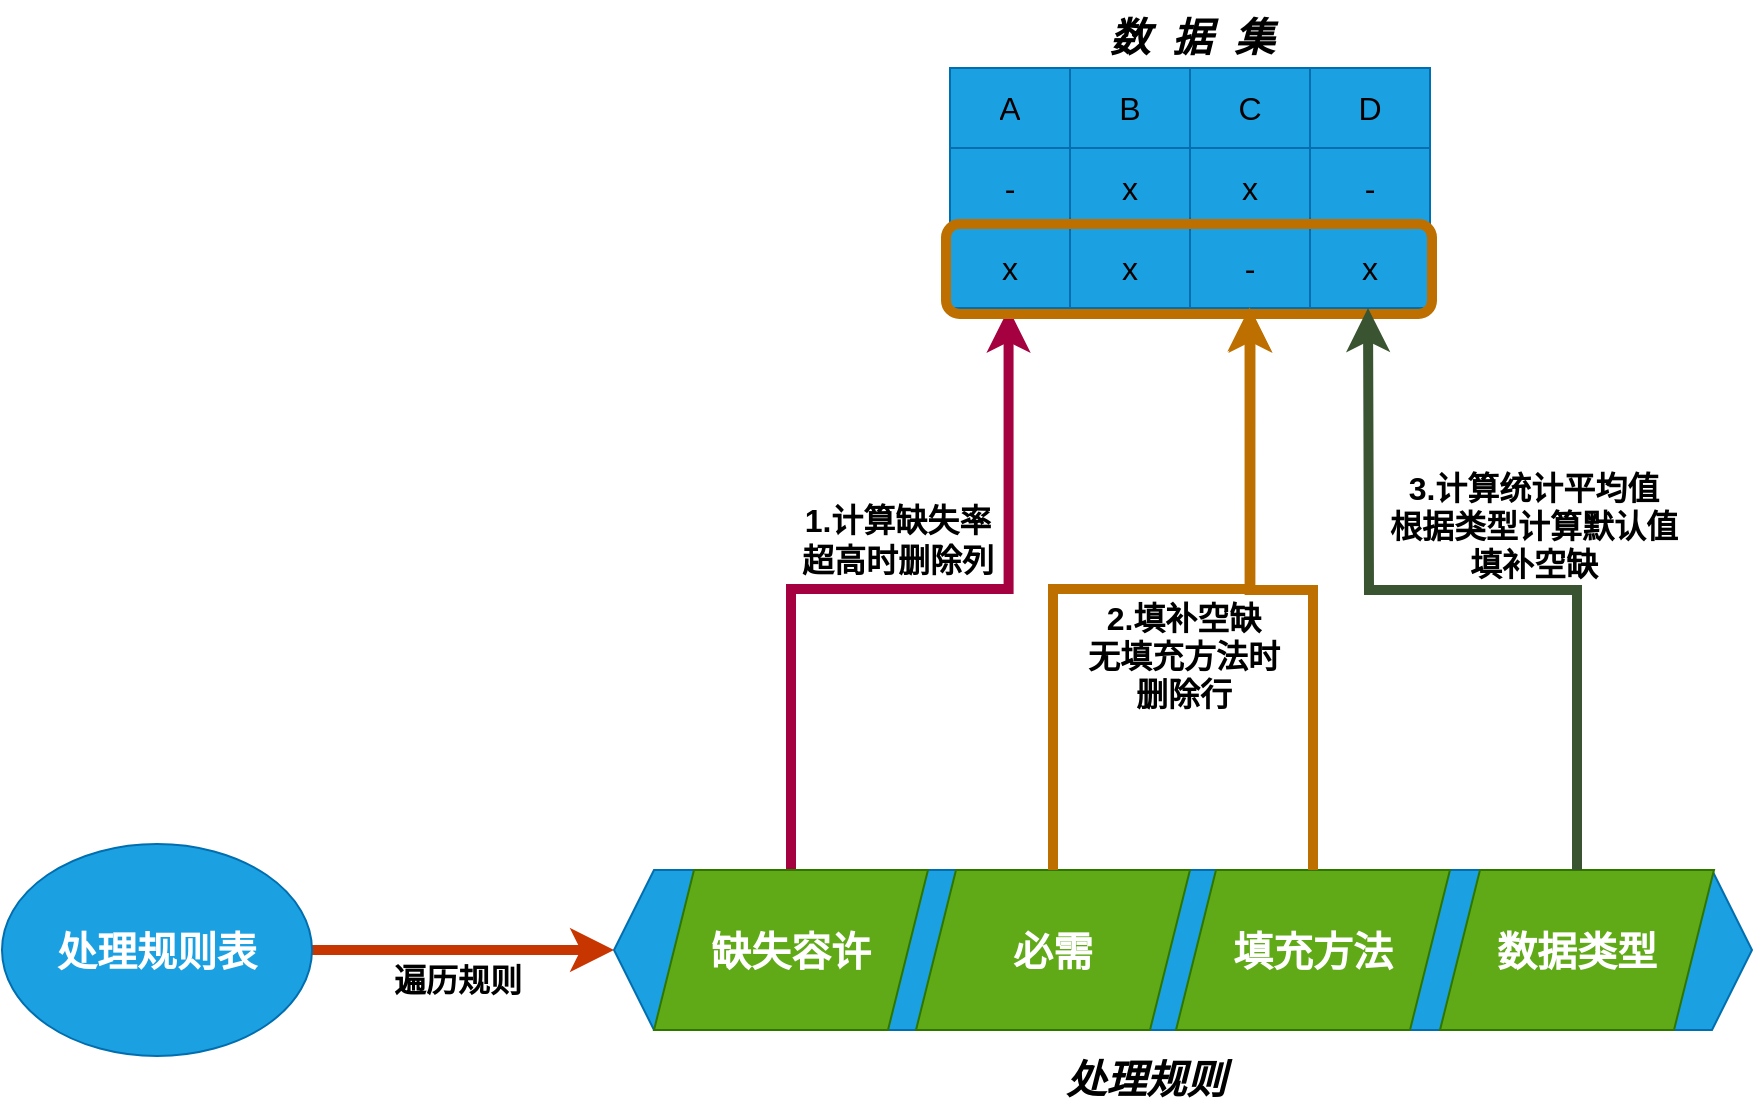
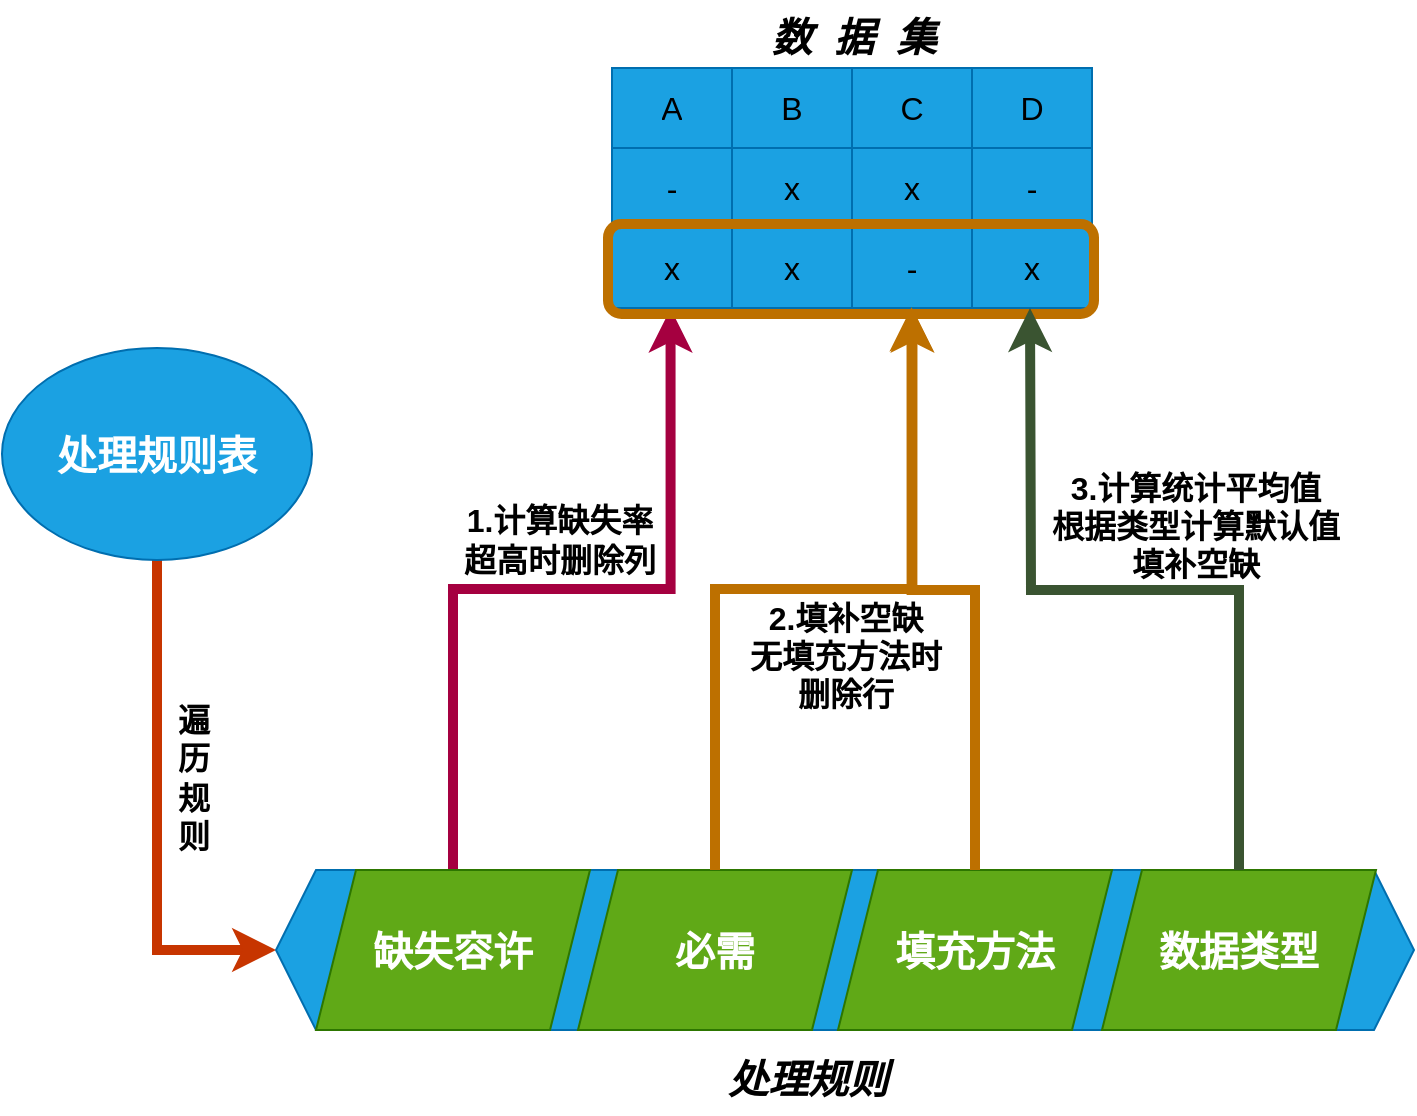
<mxfile host="Electron">
  <diagram name="第 1 页" id="kU3J3c9Pi9sG4P75Q8_g">
    <mxGraphModel dx="1184" dy="828" grid="0" gridSize="10" guides="1" tooltips="1" connect="1" arrows="1" fold="1" page="1" pageScale="1" pageWidth="1920" pageHeight="1200" background="light-dark(#FFFFFF,#8ECEFF)" math="0" shadow="0">
      <root>
        <mxCell id="0" />
        <mxCell id="1" parent="0" />
        <mxCell id="TXiW4MVxnaE6ENaMD2YH-14" parent="1" style="shape=table;startSize=0;container=1;collapsible=0;childLayout=tableLayout;fontSize=16;fillColor=#1ba1e2;fontColor=#ffffff;strokeColor=#006EAF;top=1;" value="" vertex="1">
          <mxGeometry height="120" width="240" x="548" y="123" as="geometry" />
        </mxCell>
        <mxCell id="TXiW4MVxnaE6ENaMD2YH-15" parent="TXiW4MVxnaE6ENaMD2YH-14" style="shape=tableRow;horizontal=0;startSize=0;swimlaneHead=0;swimlaneBody=0;strokeColor=inherit;top=1;left=0;bottom=0;right=0;collapsible=0;dropTarget=0;fillColor=none;points=[[0,0.5],[1,0.5]];portConstraint=eastwest;fontSize=16;" value="" vertex="1">
          <mxGeometry height="40" width="240" as="geometry" />
        </mxCell>
        <mxCell id="TXiW4MVxnaE6ENaMD2YH-16" parent="TXiW4MVxnaE6ENaMD2YH-15" style="shape=partialRectangle;html=1;whiteSpace=wrap;connectable=0;strokeColor=inherit;overflow=hidden;fillColor=none;top=1;left=0;bottom=0;right=0;pointerEvents=1;fontSize=16;" value="A" vertex="1">
          <mxGeometry height="40" width="60" as="geometry">
            <mxRectangle height="40" width="60" as="alternateBounds" />
          </mxGeometry>
        </mxCell>
        <mxCell id="TXiW4MVxnaE6ENaMD2YH-17" parent="TXiW4MVxnaE6ENaMD2YH-15" style="shape=partialRectangle;html=1;whiteSpace=wrap;connectable=0;strokeColor=inherit;overflow=hidden;fillColor=none;top=1;left=0;bottom=0;right=0;pointerEvents=1;fontSize=16;" value="B" vertex="1">
          <mxGeometry height="40" width="60" x="60" as="geometry">
            <mxRectangle height="40" width="60" as="alternateBounds" />
          </mxGeometry>
        </mxCell>
        <mxCell id="TXiW4MVxnaE6ENaMD2YH-18" parent="TXiW4MVxnaE6ENaMD2YH-15" style="shape=partialRectangle;html=1;whiteSpace=wrap;connectable=0;strokeColor=inherit;overflow=hidden;fillColor=none;top=1;left=0;bottom=0;right=0;pointerEvents=1;fontSize=16;" value="C" vertex="1">
          <mxGeometry height="40" width="60" x="120" as="geometry">
            <mxRectangle height="40" width="60" as="alternateBounds" />
          </mxGeometry>
        </mxCell>
        <mxCell id="TXiW4MVxnaE6ENaMD2YH-56" parent="TXiW4MVxnaE6ENaMD2YH-15" style="shape=partialRectangle;html=1;whiteSpace=wrap;connectable=0;strokeColor=inherit;overflow=hidden;fillColor=none;top=1;left=0;bottom=0;right=0;pointerEvents=1;fontSize=16;" value="D" vertex="1">
          <mxGeometry height="40" width="60" x="180" as="geometry">
            <mxRectangle height="40" width="60" as="alternateBounds" />
          </mxGeometry>
        </mxCell>
        <mxCell id="TXiW4MVxnaE6ENaMD2YH-19" parent="TXiW4MVxnaE6ENaMD2YH-14" style="shape=tableRow;horizontal=0;startSize=0;swimlaneHead=0;swimlaneBody=0;strokeColor=inherit;top=1;left=0;bottom=0;right=0;collapsible=0;dropTarget=0;fillColor=none;points=[[0,0.5],[1,0.5]];portConstraint=eastwest;fontSize=16;" value="" vertex="1">
          <mxGeometry height="40" width="240" y="40" as="geometry" />
        </mxCell>
        <mxCell id="TXiW4MVxnaE6ENaMD2YH-20" parent="TXiW4MVxnaE6ENaMD2YH-19" style="shape=partialRectangle;html=1;whiteSpace=wrap;connectable=0;strokeColor=inherit;overflow=hidden;fillColor=none;top=1;left=0;bottom=0;right=0;pointerEvents=1;fontSize=16;" value="-" vertex="1">
          <mxGeometry height="40" width="60" as="geometry">
            <mxRectangle height="40" width="60" as="alternateBounds" />
          </mxGeometry>
        </mxCell>
        <mxCell id="TXiW4MVxnaE6ENaMD2YH-21" parent="TXiW4MVxnaE6ENaMD2YH-19" style="shape=partialRectangle;html=1;whiteSpace=wrap;connectable=0;strokeColor=inherit;overflow=hidden;fillColor=none;top=1;left=0;bottom=0;right=0;pointerEvents=1;fontSize=16;" value="x" vertex="1">
          <mxGeometry height="40" width="60" x="60" as="geometry">
            <mxRectangle height="40" width="60" as="alternateBounds" />
          </mxGeometry>
        </mxCell>
        <mxCell id="TXiW4MVxnaE6ENaMD2YH-22" parent="TXiW4MVxnaE6ENaMD2YH-19" style="shape=partialRectangle;html=1;whiteSpace=wrap;connectable=0;strokeColor=inherit;overflow=hidden;fillColor=none;top=1;left=0;bottom=0;right=0;pointerEvents=1;fontSize=16;" value="x" vertex="1">
          <mxGeometry height="40" width="60" x="120" as="geometry">
            <mxRectangle height="40" width="60" as="alternateBounds" />
          </mxGeometry>
        </mxCell>
        <mxCell id="TXiW4MVxnaE6ENaMD2YH-57" parent="TXiW4MVxnaE6ENaMD2YH-19" style="shape=partialRectangle;html=1;whiteSpace=wrap;connectable=0;strokeColor=inherit;overflow=hidden;fillColor=none;top=1;left=0;bottom=0;right=0;pointerEvents=1;fontSize=16;" value="-" vertex="1">
          <mxGeometry height="40" width="60" x="180" as="geometry">
            <mxRectangle height="40" width="60" as="alternateBounds" />
          </mxGeometry>
        </mxCell>
        <mxCell id="TXiW4MVxnaE6ENaMD2YH-23" parent="TXiW4MVxnaE6ENaMD2YH-14" style="shape=tableRow;horizontal=0;startSize=0;swimlaneHead=0;swimlaneBody=0;strokeColor=inherit;top=1;left=0;bottom=0;right=0;collapsible=0;dropTarget=0;fillColor=none;points=[[0,0.5],[1,0.5]];portConstraint=eastwest;fontSize=16;" value="" vertex="1">
          <mxGeometry height="40" width="240" y="80" as="geometry" />
        </mxCell>
        <mxCell id="TXiW4MVxnaE6ENaMD2YH-24" parent="TXiW4MVxnaE6ENaMD2YH-23" style="shape=partialRectangle;html=1;whiteSpace=wrap;connectable=0;strokeColor=inherit;overflow=hidden;fillColor=none;top=1;left=0;bottom=0;right=0;pointerEvents=1;fontSize=16;" value="x" vertex="1">
          <mxGeometry height="40" width="60" as="geometry">
            <mxRectangle height="40" width="60" as="alternateBounds" />
          </mxGeometry>
        </mxCell>
        <mxCell id="TXiW4MVxnaE6ENaMD2YH-25" parent="TXiW4MVxnaE6ENaMD2YH-23" style="shape=partialRectangle;html=1;whiteSpace=wrap;connectable=0;strokeColor=inherit;overflow=hidden;fillColor=none;top=1;left=0;bottom=0;right=0;pointerEvents=1;fontSize=16;" value="x" vertex="1">
          <mxGeometry height="40" width="60" x="60" as="geometry">
            <mxRectangle height="40" width="60" as="alternateBounds" />
          </mxGeometry>
        </mxCell>
        <mxCell id="TXiW4MVxnaE6ENaMD2YH-26" parent="TXiW4MVxnaE6ENaMD2YH-23" style="shape=partialRectangle;html=1;whiteSpace=wrap;connectable=0;strokeColor=inherit;overflow=hidden;fillColor=none;top=1;left=0;bottom=0;right=0;pointerEvents=1;fontSize=16;" value="-" vertex="1">
          <mxGeometry height="40" width="60" x="120" as="geometry">
            <mxRectangle height="40" width="60" as="alternateBounds" />
          </mxGeometry>
        </mxCell>
        <mxCell id="TXiW4MVxnaE6ENaMD2YH-58" parent="TXiW4MVxnaE6ENaMD2YH-23" style="shape=partialRectangle;html=1;whiteSpace=wrap;connectable=0;strokeColor=inherit;overflow=hidden;fillColor=none;top=1;left=0;bottom=0;right=0;pointerEvents=1;fontSize=16;" value="x" vertex="1">
          <mxGeometry height="40" width="60" x="180" as="geometry">
            <mxRectangle height="40" width="60" as="alternateBounds" />
          </mxGeometry>
        </mxCell>
        <mxCell id="TXiW4MVxnaE6ENaMD2YH-59" parent="1" style="text;html=1;whiteSpace=wrap;strokeColor=none;fillColor=none;align=center;verticalAlign=middle;rounded=0;autosize=1;resizable=0;" value="&lt;span style=&quot;color: light-dark(rgb(0, 0, 0), rgb(0, 0, 0));&quot;&gt;&lt;font style=&quot;font-size: 20px;&quot;&gt;&lt;b&gt;&lt;i&gt;数&amp;nbsp; 据&amp;nbsp; 集&lt;/i&gt;&lt;/b&gt;&lt;/font&gt;&lt;/span&gt;" vertex="1">
          <mxGeometry height="36" width="100" x="619" y="89" as="geometry" />
        </mxCell>
-         <mxCell id="TXiW4MVxnaE6ENaMD2YH-64" edge="1" parent="1" source="TXiW4MVxnaE6ENaMD2YH-60" style="edgeStyle=orthogonalEdgeStyle;rounded=0;orthogonalLoop=1;jettySize=auto;html=1;exitX=1;exitY=0.5;exitDx=0;exitDy=0;entryX=0;entryY=0.5;entryDx=0;entryDy=0;fontFamily=Helvetica;fontSize=12;fontColor=#ffffff;fontStyle=0;strokeWidth=5;fillColor=#fa6800;strokeColor=#C73500;" target="TXiW4MVxnaE6ENaMD2YH-63">
+         <mxCell id="TXiW4MVxnaE6ENaMD2YH-64" edge="1" parent="1" source="TXiW4MVxnaE6ENaMD2YH-60" style="edgeStyle=orthogonalEdgeStyle;rounded=0;orthogonalLoop=1;jettySize=auto;html=1;exitX=0.5;exitY=1;exitDx=0;exitDy=0;entryX=0;entryY=0.5;entryDx=0;entryDy=0;fontFamily=Helvetica;fontSize=12;fontColor=#ffffff;fontStyle=0;strokeWidth=5;fillColor=#fa6800;strokeColor=#C73500;" target="TXiW4MVxnaE6ENaMD2YH-63">
          <mxGeometry relative="1" as="geometry" />
        </mxCell>
        <mxCell id="TXiW4MVxnaE6ENaMD2YH-60" parent="1" style="ellipse;whiteSpace=wrap;html=1;fillColor=#1ba1e2;fontColor=#ffffff;strokeColor=#006EAF;" value="&lt;font style=&quot;font-size: 20px;&quot;&gt;&lt;b&gt;处理规则表&lt;/b&gt;&lt;/font&gt;" vertex="1">
-           <mxGeometry height="106" width="155" x="74" y="511" as="geometry" />
+           <mxGeometry height="106" width="155" x="243" y="263" as="geometry" />
        </mxCell>
        <mxCell id="TXiW4MVxnaE6ENaMD2YH-62" parent="1" style="text;html=1;whiteSpace=wrap;strokeColor=none;fillColor=none;align=center;verticalAlign=middle;rounded=0;autosize=1;resizable=0;" value="&lt;span style=&quot;color: light-dark(rgb(0, 0, 0), rgb(0, 0, 0));&quot;&gt;&lt;font style=&quot;font-size: 20px;&quot;&gt;&lt;b&gt;&lt;i&gt;&lt;font style=&quot;&quot;&gt;处理规&lt;/font&gt;则&lt;/i&gt;&lt;/b&gt;&lt;/font&gt;&lt;/span&gt;" vertex="1">
          <mxGeometry height="36" width="98" x="596.5" y="610" as="geometry" />
        </mxCell>
        <mxCell id="TXiW4MVxnaE6ENaMD2YH-63" parent="1" style="shape=hexagon;perimeter=hexagonPerimeter2;whiteSpace=wrap;html=1;fixedSize=1;fillColor=#1ba1e2;fontColor=#ffffff;strokeColor=#006EAF;" value="" vertex="1">
          <mxGeometry height="80" width="569" x="380" y="524" as="geometry" />
        </mxCell>
-         <mxCell id="TXiW4MVxnaE6ENaMD2YH-65" parent="1" style="text;html=1;whiteSpace=wrap;strokeColor=none;fillColor=none;align=center;verticalAlign=middle;rounded=0;autosize=1;resizable=0;" value="&lt;font style=&quot;font-size: 16px;&quot;&gt;&lt;b style=&quot;color: light-dark(rgb(0, 0, 0), rgb(0, 0, 0));&quot;&gt;遍历规则&lt;/b&gt;&lt;/font&gt;" vertex="1">
-           <mxGeometry height="31" width="82" x="261" y="563" as="geometry" />
+         <mxCell id="TXiW4MVxnaE6ENaMD2YH-65" parent="1" style="text;html=1;whiteSpace=wrap;strokeColor=none;fillColor=none;align=center;verticalAlign=middle;rounded=0;autosize=1;resizable=0;" value="&lt;font style=&quot;font-size: 16px;&quot;&gt;&lt;b style=&quot;color: light-dark(rgb(0, 0, 0), rgb(0, 0, 0));&quot;&gt;遍&lt;/b&gt;&lt;/font&gt;&lt;div&gt;&lt;font style=&quot;font-size: 16px;&quot;&gt;&lt;b style=&quot;color: light-dark(rgb(0, 0, 0), rgb(0, 0, 0));&quot;&gt;历&lt;/b&gt;&lt;/font&gt;&lt;/div&gt;&lt;div&gt;&lt;font style=&quot;font-size: 16px;&quot;&gt;&lt;b style=&quot;color: light-dark(rgb(0, 0, 0), rgb(0, 0, 0));&quot;&gt;规&lt;/b&gt;&lt;/font&gt;&lt;/div&gt;&lt;div&gt;&lt;font style=&quot;font-size: 16px;&quot;&gt;&lt;b style=&quot;color: light-dark(rgb(0, 0, 0), rgb(0, 0, 0));&quot;&gt;则&lt;/b&gt;&lt;/font&gt;&lt;/div&gt;" vertex="1">
+           <mxGeometry height="89" width="34" x="322" y="433" as="geometry" />
        </mxCell>
        <mxCell id="TXiW4MVxnaE6ENaMD2YH-75" edge="1" parent="1" source="TXiW4MVxnaE6ENaMD2YH-66" style="edgeStyle=orthogonalEdgeStyle;rounded=0;orthogonalLoop=1;jettySize=auto;html=1;exitX=0.5;exitY=0;exitDx=0;exitDy=0;fontFamily=Helvetica;fontSize=12;fontColor=#ffffff;fontStyle=0;entryX=0.122;entryY=1.008;entryDx=0;entryDy=0;entryPerimeter=0;strokeWidth=5;fillColor=#d80073;strokeColor=#A50040;" target="TXiW4MVxnaE6ENaMD2YH-23">
          <mxGeometry relative="1" as="geometry">
            <mxPoint x="573.6666870117188" y="413.3333740234375" as="targetPoint" />
          </mxGeometry>
        </mxCell>
        <mxCell id="TXiW4MVxnaE6ENaMD2YH-66" parent="1" style="shape=parallelogram;perimeter=parallelogramPerimeter;whiteSpace=wrap;html=1;fixedSize=1;fillColor=#60a917;fontColor=#ffffff;strokeColor=#2D7600;" value="&lt;font style=&quot;font-size: 20px;&quot;&gt;&lt;b&gt;缺失容许&lt;/b&gt;&lt;/font&gt;" vertex="1">
          <mxGeometry height="80" width="137" x="400" y="524" as="geometry" />
        </mxCell>
        <mxCell id="TXiW4MVxnaE6ENaMD2YH-67" parent="1" style="shape=parallelogram;perimeter=parallelogramPerimeter;whiteSpace=wrap;html=1;fixedSize=1;fillColor=#60a917;fontColor=#ffffff;strokeColor=#2D7600;" value="&lt;font style=&quot;font-size: 20px;&quot;&gt;&lt;b&gt;数据类型&lt;/b&gt;&lt;/font&gt;" vertex="1">
          <mxGeometry height="80" width="137" x="793" y="524" as="geometry" />
        </mxCell>
        <mxCell id="TXiW4MVxnaE6ENaMD2YH-68" parent="1" style="shape=parallelogram;perimeter=parallelogramPerimeter;whiteSpace=wrap;html=1;fixedSize=1;fillColor=#60a917;fontColor=#ffffff;strokeColor=#2D7600;" value="&lt;font style=&quot;font-size: 20px;&quot;&gt;&lt;b&gt;必需&lt;/b&gt;&lt;/font&gt;" vertex="1">
          <mxGeometry height="80" width="137" x="531" y="524" as="geometry" />
        </mxCell>
        <mxCell id="TXiW4MVxnaE6ENaMD2YH-69" parent="1" style="shape=parallelogram;perimeter=parallelogramPerimeter;whiteSpace=wrap;html=1;fixedSize=1;fillColor=#60a917;fontColor=#ffffff;strokeColor=#2D7600;" value="&lt;font style=&quot;font-size: 20px;&quot;&gt;&lt;b&gt;填充方法&lt;/b&gt;&lt;/font&gt;" vertex="1">
          <mxGeometry height="80" width="137" x="661" y="524" as="geometry" />
        </mxCell>
        <mxCell id="TXiW4MVxnaE6ENaMD2YH-76" parent="1" style="text;html=1;whiteSpace=wrap;strokeColor=none;fillColor=none;align=center;verticalAlign=middle;rounded=0;autosize=1;resizable=0;" value="&lt;span style=&quot;color: light-dark(rgb(0, 0, 0), rgb(0, 0, 0));&quot;&gt;&lt;font style=&quot;font-size: 16px;&quot;&gt;&lt;b&gt;1.计算缺失率&lt;/b&gt;&lt;/font&gt;&lt;/span&gt;&lt;div&gt;&lt;span style=&quot;color: light-dark(rgb(0, 0, 0), rgb(0, 0, 0));&quot;&gt;&lt;font style=&quot;font-size: 16px;&quot;&gt;&lt;b&gt;超高时删除列&lt;/b&gt;&lt;/font&gt;&lt;/span&gt;&lt;/div&gt;" vertex="1">
          <mxGeometry height="50" width="114" x="465" y="334" as="geometry" />
        </mxCell>
        <mxCell id="TXiW4MVxnaE6ENaMD2YH-78" edge="1" parent="1" source="TXiW4MVxnaE6ENaMD2YH-68" style="edgeStyle=orthogonalEdgeStyle;rounded=0;orthogonalLoop=1;jettySize=auto;html=1;exitX=0.5;exitY=0;exitDx=0;exitDy=0;entryX=0.626;entryY=1.008;entryDx=0;entryDy=0;entryPerimeter=0;fontFamily=Helvetica;fontSize=12;fontColor=#ffffff;fontStyle=0;strokeWidth=5;fillColor=#f0a30a;strokeColor=#BD7000;" target="TXiW4MVxnaE6ENaMD2YH-23">
          <mxGeometry relative="1" as="geometry" />
        </mxCell>
        <mxCell id="TXiW4MVxnaE6ENaMD2YH-79" edge="1" parent="1" source="TXiW4MVxnaE6ENaMD2YH-69" style="edgeStyle=orthogonalEdgeStyle;rounded=0;orthogonalLoop=1;jettySize=auto;html=1;exitX=0.5;exitY=0;exitDx=0;exitDy=0;entryX=0.624;entryY=0.992;entryDx=0;entryDy=0;entryPerimeter=0;fontFamily=Helvetica;fontSize=12;fontColor=#ffffff;fontStyle=0;strokeWidth=5;fillColor=#f0a30a;strokeColor=#BD7000;" target="TXiW4MVxnaE6ENaMD2YH-23">
          <mxGeometry relative="1" as="geometry">
            <Array as="points">
              <mxPoint x="730" y="384" />
              <mxPoint x="698" y="384" />
            </Array>
          </mxGeometry>
        </mxCell>
        <mxCell id="TXiW4MVxnaE6ENaMD2YH-80" parent="1" style="text;html=1;whiteSpace=wrap;strokeColor=none;fillColor=none;align=center;verticalAlign=middle;rounded=0;autosize=1;resizable=0;" value="&lt;span style=&quot;color: light-dark(rgb(0, 0, 0), rgb(0, 0, 0));&quot;&gt;&lt;font style=&quot;font-size: 16px;&quot;&gt;&lt;b&gt;2.填补空缺&lt;/b&gt;&lt;/font&gt;&lt;/span&gt;&lt;div&gt;&lt;span style=&quot;color: light-dark(rgb(0, 0, 0), rgb(0, 0, 0));&quot;&gt;&lt;font style=&quot;font-size: 16px;&quot;&gt;&lt;b&gt;无填充方法时&lt;/b&gt;&lt;/font&gt;&lt;/span&gt;&lt;/div&gt;&lt;div&gt;&lt;span style=&quot;color: light-dark(rgb(0, 0, 0), rgb(0, 0, 0));&quot;&gt;&lt;font style=&quot;font-size: 16px;&quot;&gt;&lt;b&gt;删除行&lt;/b&gt;&lt;/font&gt;&lt;/span&gt;&lt;/div&gt;" vertex="1">
          <mxGeometry height="70" width="114" x="607.5" y="382" as="geometry" />
        </mxCell>
        <mxCell id="TXiW4MVxnaE6ENaMD2YH-81" parent="1" style="rounded=1;whiteSpace=wrap;html=1;fillColor=none;fontColor=#000000;strokeColor=#BD7000;strokeWidth=5;" value="" vertex="1">
          <mxGeometry height="45" width="243" x="546" y="201" as="geometry" />
        </mxCell>
        <mxCell id="TXiW4MVxnaE6ENaMD2YH-82" edge="1" parent="1" source="TXiW4MVxnaE6ENaMD2YH-67" style="edgeStyle=orthogonalEdgeStyle;rounded=0;orthogonalLoop=1;jettySize=auto;html=1;exitX=0.5;exitY=0;exitDx=0;exitDy=0;fontFamily=Helvetica;fontSize=12;fontColor=#ffffff;fontStyle=0;strokeWidth=5;fillColor=#6d8764;strokeColor=#3A5431;">
          <mxGeometry relative="1" as="geometry">
            <mxPoint x="757" y="243" as="targetPoint" />
          </mxGeometry>
        </mxCell>
        <mxCell id="TXiW4MVxnaE6ENaMD2YH-83" parent="1" style="text;html=1;whiteSpace=wrap;strokeColor=none;fillColor=none;align=center;verticalAlign=middle;rounded=0;autosize=1;resizable=0;" value="&lt;span style=&quot;color: light-dark(rgb(0, 0, 0), rgb(0, 0, 0));&quot;&gt;&lt;font style=&quot;font-size: 16px;&quot;&gt;&lt;b&gt;3.计算统计平均值&lt;/b&gt;&lt;/font&gt;&lt;/span&gt;&lt;div&gt;&lt;span style=&quot;color: light-dark(rgb(0, 0, 0), rgb(0, 0, 0));&quot;&gt;&lt;font style=&quot;font-size: 16px;&quot;&gt;&lt;b&gt;根据类型计算默认值&lt;/b&gt;&lt;/font&gt;&lt;/span&gt;&lt;/div&gt;&lt;div&gt;&lt;span style=&quot;color: light-dark(rgb(0, 0, 0), rgb(0, 0, 0));&quot;&gt;&lt;font style=&quot;font-size: 16px;&quot;&gt;&lt;b&gt;填补空缺&lt;/b&gt;&lt;/font&gt;&lt;/span&gt;&lt;/div&gt;" vertex="1">
          <mxGeometry height="70" width="162" x="759" y="317" as="geometry" />
        </mxCell>
      </root>
    </mxGraphModel>
  </diagram>
</mxfile>
